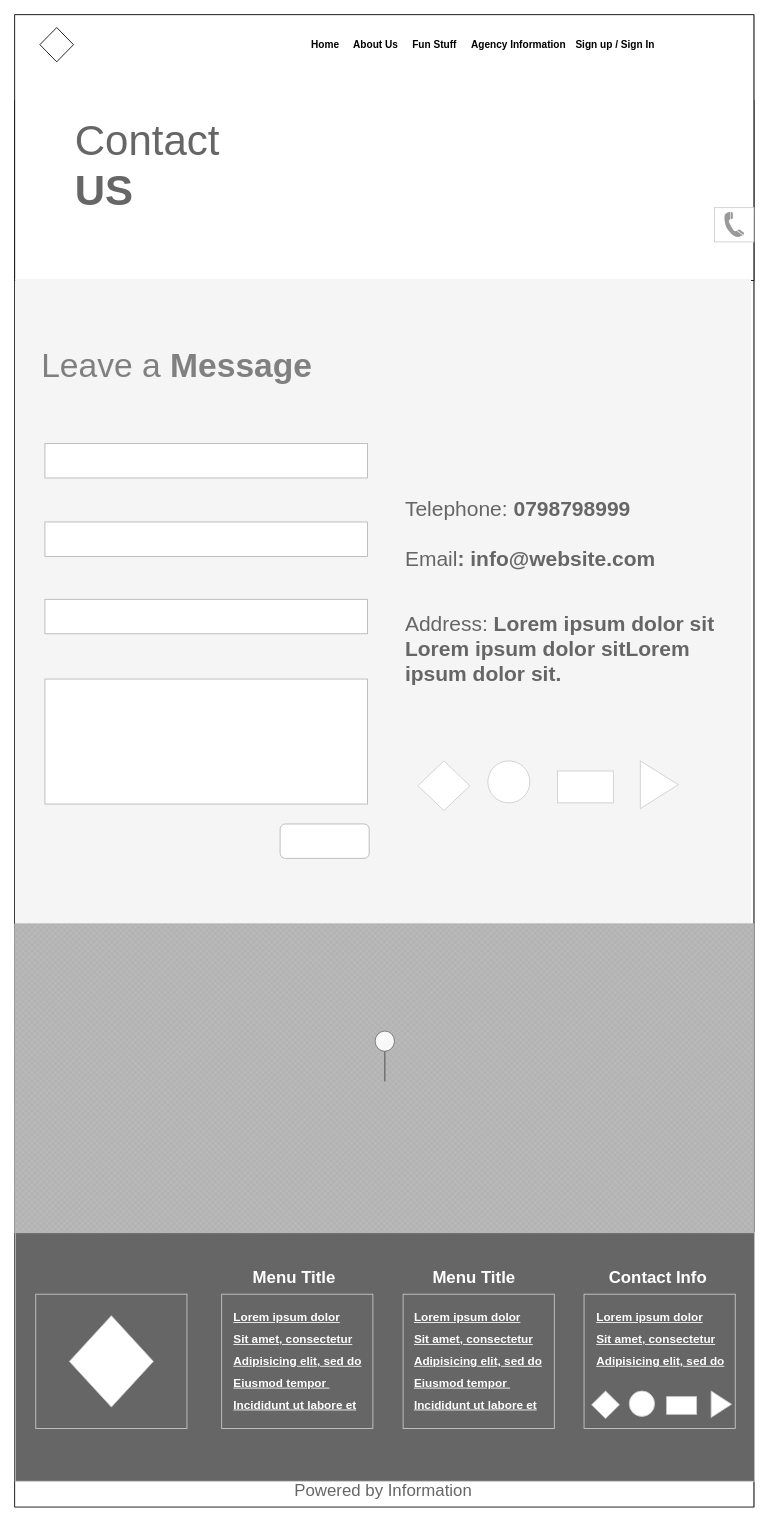
yish-mael/project-ace-wireframes keeps this draw.io diagram as page "Contact Us Desktop Screen" (5 of 56) of ProjectAce.drawio. Above is the earlier version. Source tidied: cells renumbered, new cells numbered last; positions are measured from the earlier drawing's top-left corner, leaving out a move shared by most shapes. Both pictures are drawn from the tidied source at 84%, with x=0, y=0 at pixel (14, 14).
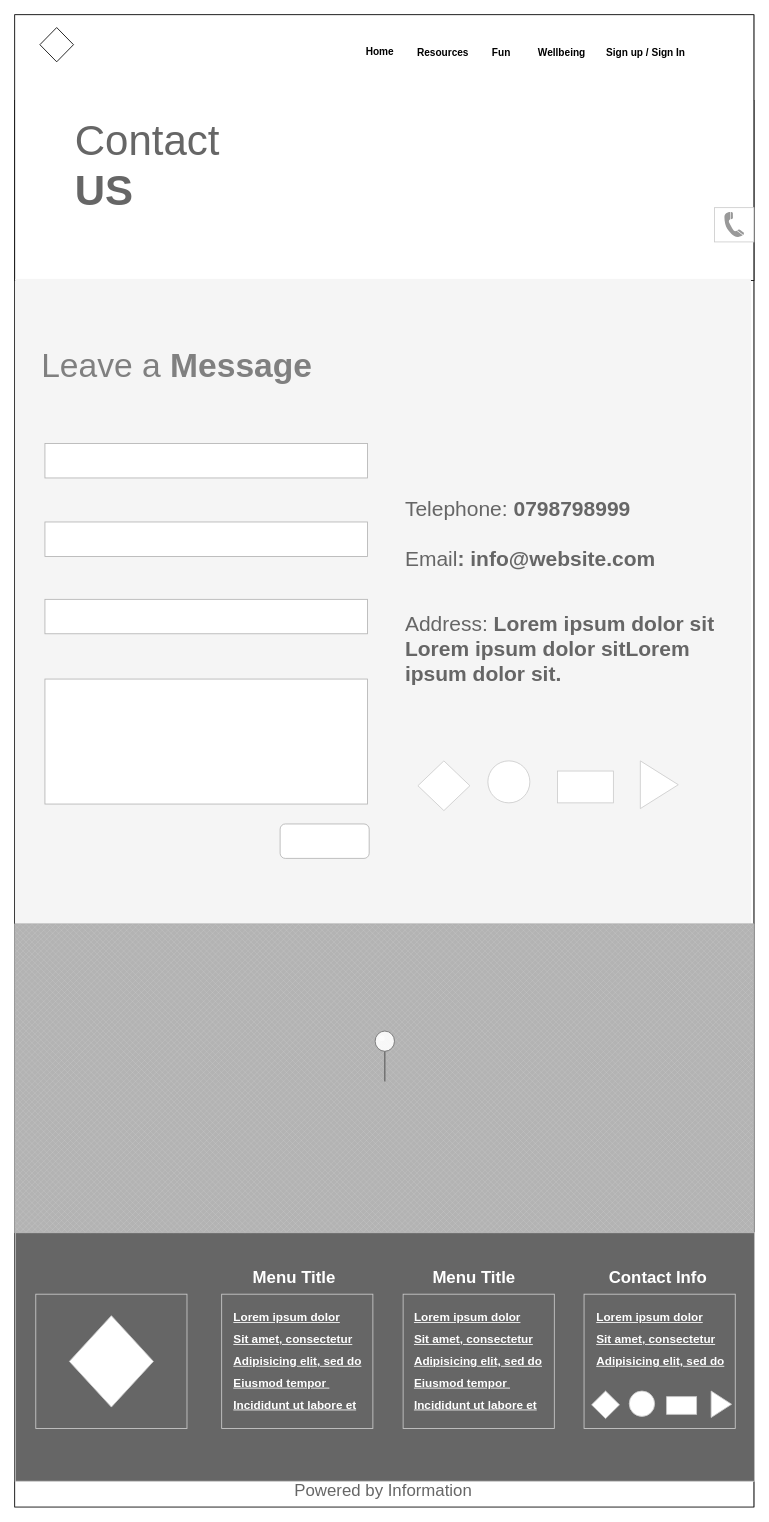
The same diagram, later.

The change refers to these unchanged cells:
```xml
<mxCell id="5" style="group;fillColor=#666666;" parent="4" vertex="1">
  <mxGeometry width="880.6" height="1776.6" as="geometry" />
</mxCell>
```

The edit, as a diff of the source:
```diff
@@
-    <mxCell id="9" style="group;fontStyle=1;" parent="5" vertex="1">
-      <mxGeometry x="350" y="25.5" width="420" height="20.4" as="geometry" />
-    </mxCell>
-    <mxCell id="10" value="&lt;b&gt;Home&lt;/b&gt;" style="text;html=1;strokeColor=none;fillColor=none;align=center;verticalAlign=middle;whiteSpace=wrap;rounded=0;" parent="9" vertex="1">
-      <mxGeometry width="40" height="20.4" as="geometry" />
-    </mxCell>
-    <mxCell id="11" value="&lt;b&gt;About Us&lt;/b&gt;" style="text;html=1;strokeColor=none;fillColor=none;align=center;verticalAlign=middle;whiteSpace=wrap;rounded=0;" parent="9" vertex="1">
-      <mxGeometry x="50" width="60" height="20.4" as="geometry" />
-    </mxCell>
-    <mxCell id="12" value="&lt;b&gt;Agency Information&lt;/b&gt;" style="text;html=1;strokeColor=none;fillColor=none;align=center;verticalAlign=middle;whiteSpace=wrap;rounded=0;" parent="9" vertex="1">
-      <mxGeometry x="190" width="120" height="20.4" as="geometry" />
-    </mxCell>
-    <mxCell id="13" value="&lt;b&gt;Sign up / Sign In&lt;/b&gt;" style="text;html=1;strokeColor=none;fillColor=none;align=center;verticalAlign=middle;whiteSpace=wrap;rounded=0;" parent="9" vertex="1">
-      <mxGeometry x="310" width="110" height="20.4" as="geometry" />
-    </mxCell>
-    <mxCell id="14" value="Fun Stuff" style="text;html=1;strokeColor=none;fillColor=none;align=center;verticalAlign=middle;whiteSpace=wrap;rounded=0;fontStyle=1;" parent="9" vertex="1">
-      <mxGeometry x="120" width="60" height="20.4" as="geometry" />
-    </mxCell>
-    <mxCell id="15" style="edgeStyle=orthogonalEdgeStyle;rounded=0;orthogonalLoop=1;jettySize=auto;html=1;exitX=0.5;exitY=1;exitDx=0;exitDy=0;" parent="9" edge="1" source="14" target="14">
-      <mxGeometry relative="1" as="geometry" />
-    </mxCell>
@@
+    <mxCell id="54" style="group;" parent="5" vertex="1">
+      <mxGeometry x="669.7" y="36.5" width="163.3" height="19.6" as="geometry" />
+    </mxCell>
+    <mxCell id="13" value="&lt;b&gt;Sign up / Sign In&lt;/b&gt;" style="text;html=1;strokeColor=none;fillColor=none;align=center;verticalAlign=middle;whiteSpace=wrap;rounded=0;" parent="54" vertex="1">
+      <mxGeometry width="163.3" height="19.6" as="geometry" />
+    </mxCell>
+    <mxCell id="55" value="&lt;b&gt;Wellbeing&lt;/b&gt;" style="text;html=1;strokeColor=none;fillColor=none;align=center;verticalAlign=middle;whiteSpace=wrap;rounded=0;" parent="5" vertex="1">
+      <mxGeometry x="616.1" y="36.5" width="71.4" height="19.6" as="geometry" />
+    </mxCell>
+    <mxCell id="56" value="Fun" style="text;html=1;strokeColor=none;fillColor=none;align=center;verticalAlign=middle;whiteSpace=wrap;rounded=0;fontStyle=1;" parent="5" vertex="1">
+      <mxGeometry x="543.2" y="36.5" width="72.9" height="19.6" as="geometry" />
+    </mxCell>
+    <mxCell id="57" value="&lt;b&gt;Resources&lt;/b&gt;" style="text;html=1;strokeColor=none;fillColor=none;align=center;verticalAlign=middle;whiteSpace=wrap;rounded=0;" parent="5" vertex="1">
+      <mxGeometry x="482.6" y="36.5" width="53.5" height="19.6" as="geometry" />
+    </mxCell>
+    <mxCell id="10" value="&lt;b&gt;Home&lt;/b&gt;" style="text;html=1;strokeColor=none;fillColor=none;align=center;verticalAlign=middle;whiteSpace=wrap;rounded=0;" parent="5" vertex="1">
+      <mxGeometry x="416.6" y="34" width="35.7" height="19.6" as="geometry" />
+    </mxCell>
```
